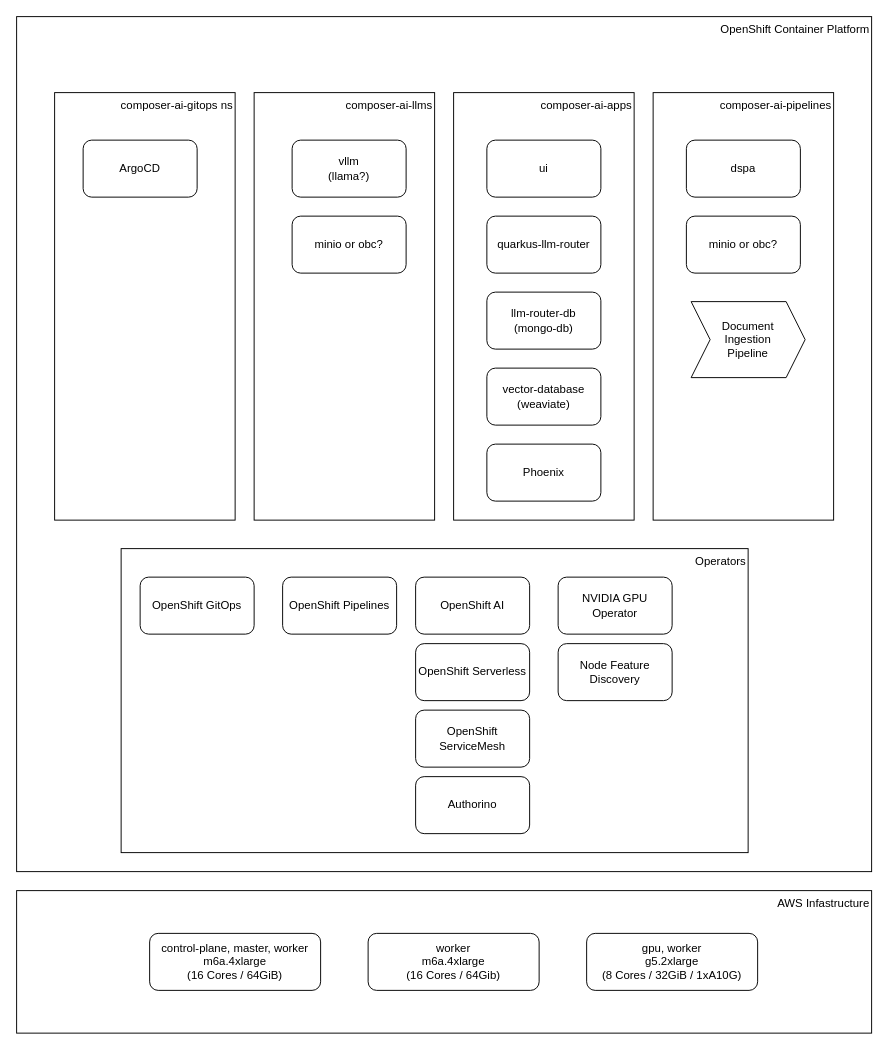
Above: diagrams/cluster-diagram-v2.drawio in redhat-composer-ai/getting-started (draw.io), before the change. Source tidied: cells renumbered, new cells numbered last; positions are measured from the earlier drawing's top-left corner, leaving out a move shared by most shapes. Both pictures are drawn from the tidied source at 95%, with x=0, y=0 at pixel (16, 16).
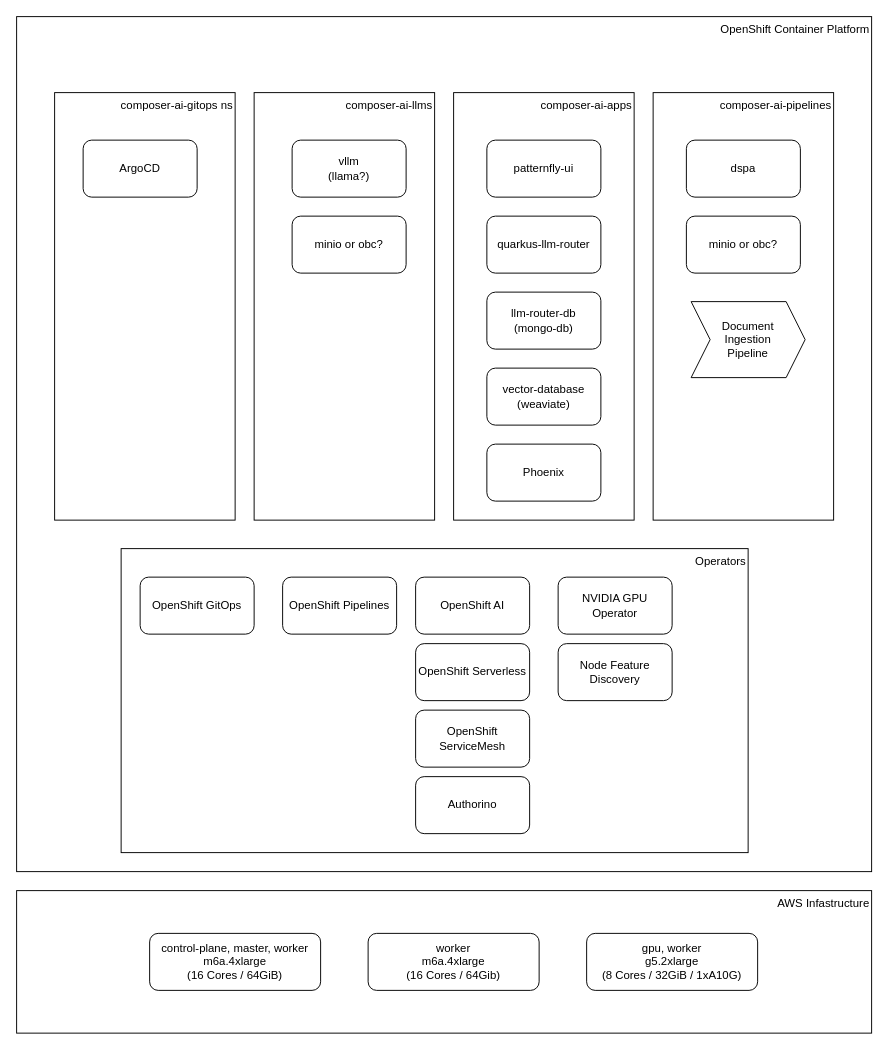
Above is the later version.

Diff of the diagram source:
```diff
@@
-    <mxCell id="22" value="ui" style="rounded=1;whiteSpace=wrap;html=1;" parent="1" vertex="1">
+    <mxCell id="22" value="patternfly-ui" style="rounded=1;whiteSpace=wrap;html=1;" parent="1" vertex="1">
       <mxGeometry x="495" y="130" width="120" height="60" as="geometry" />
     </mxCell>
```
